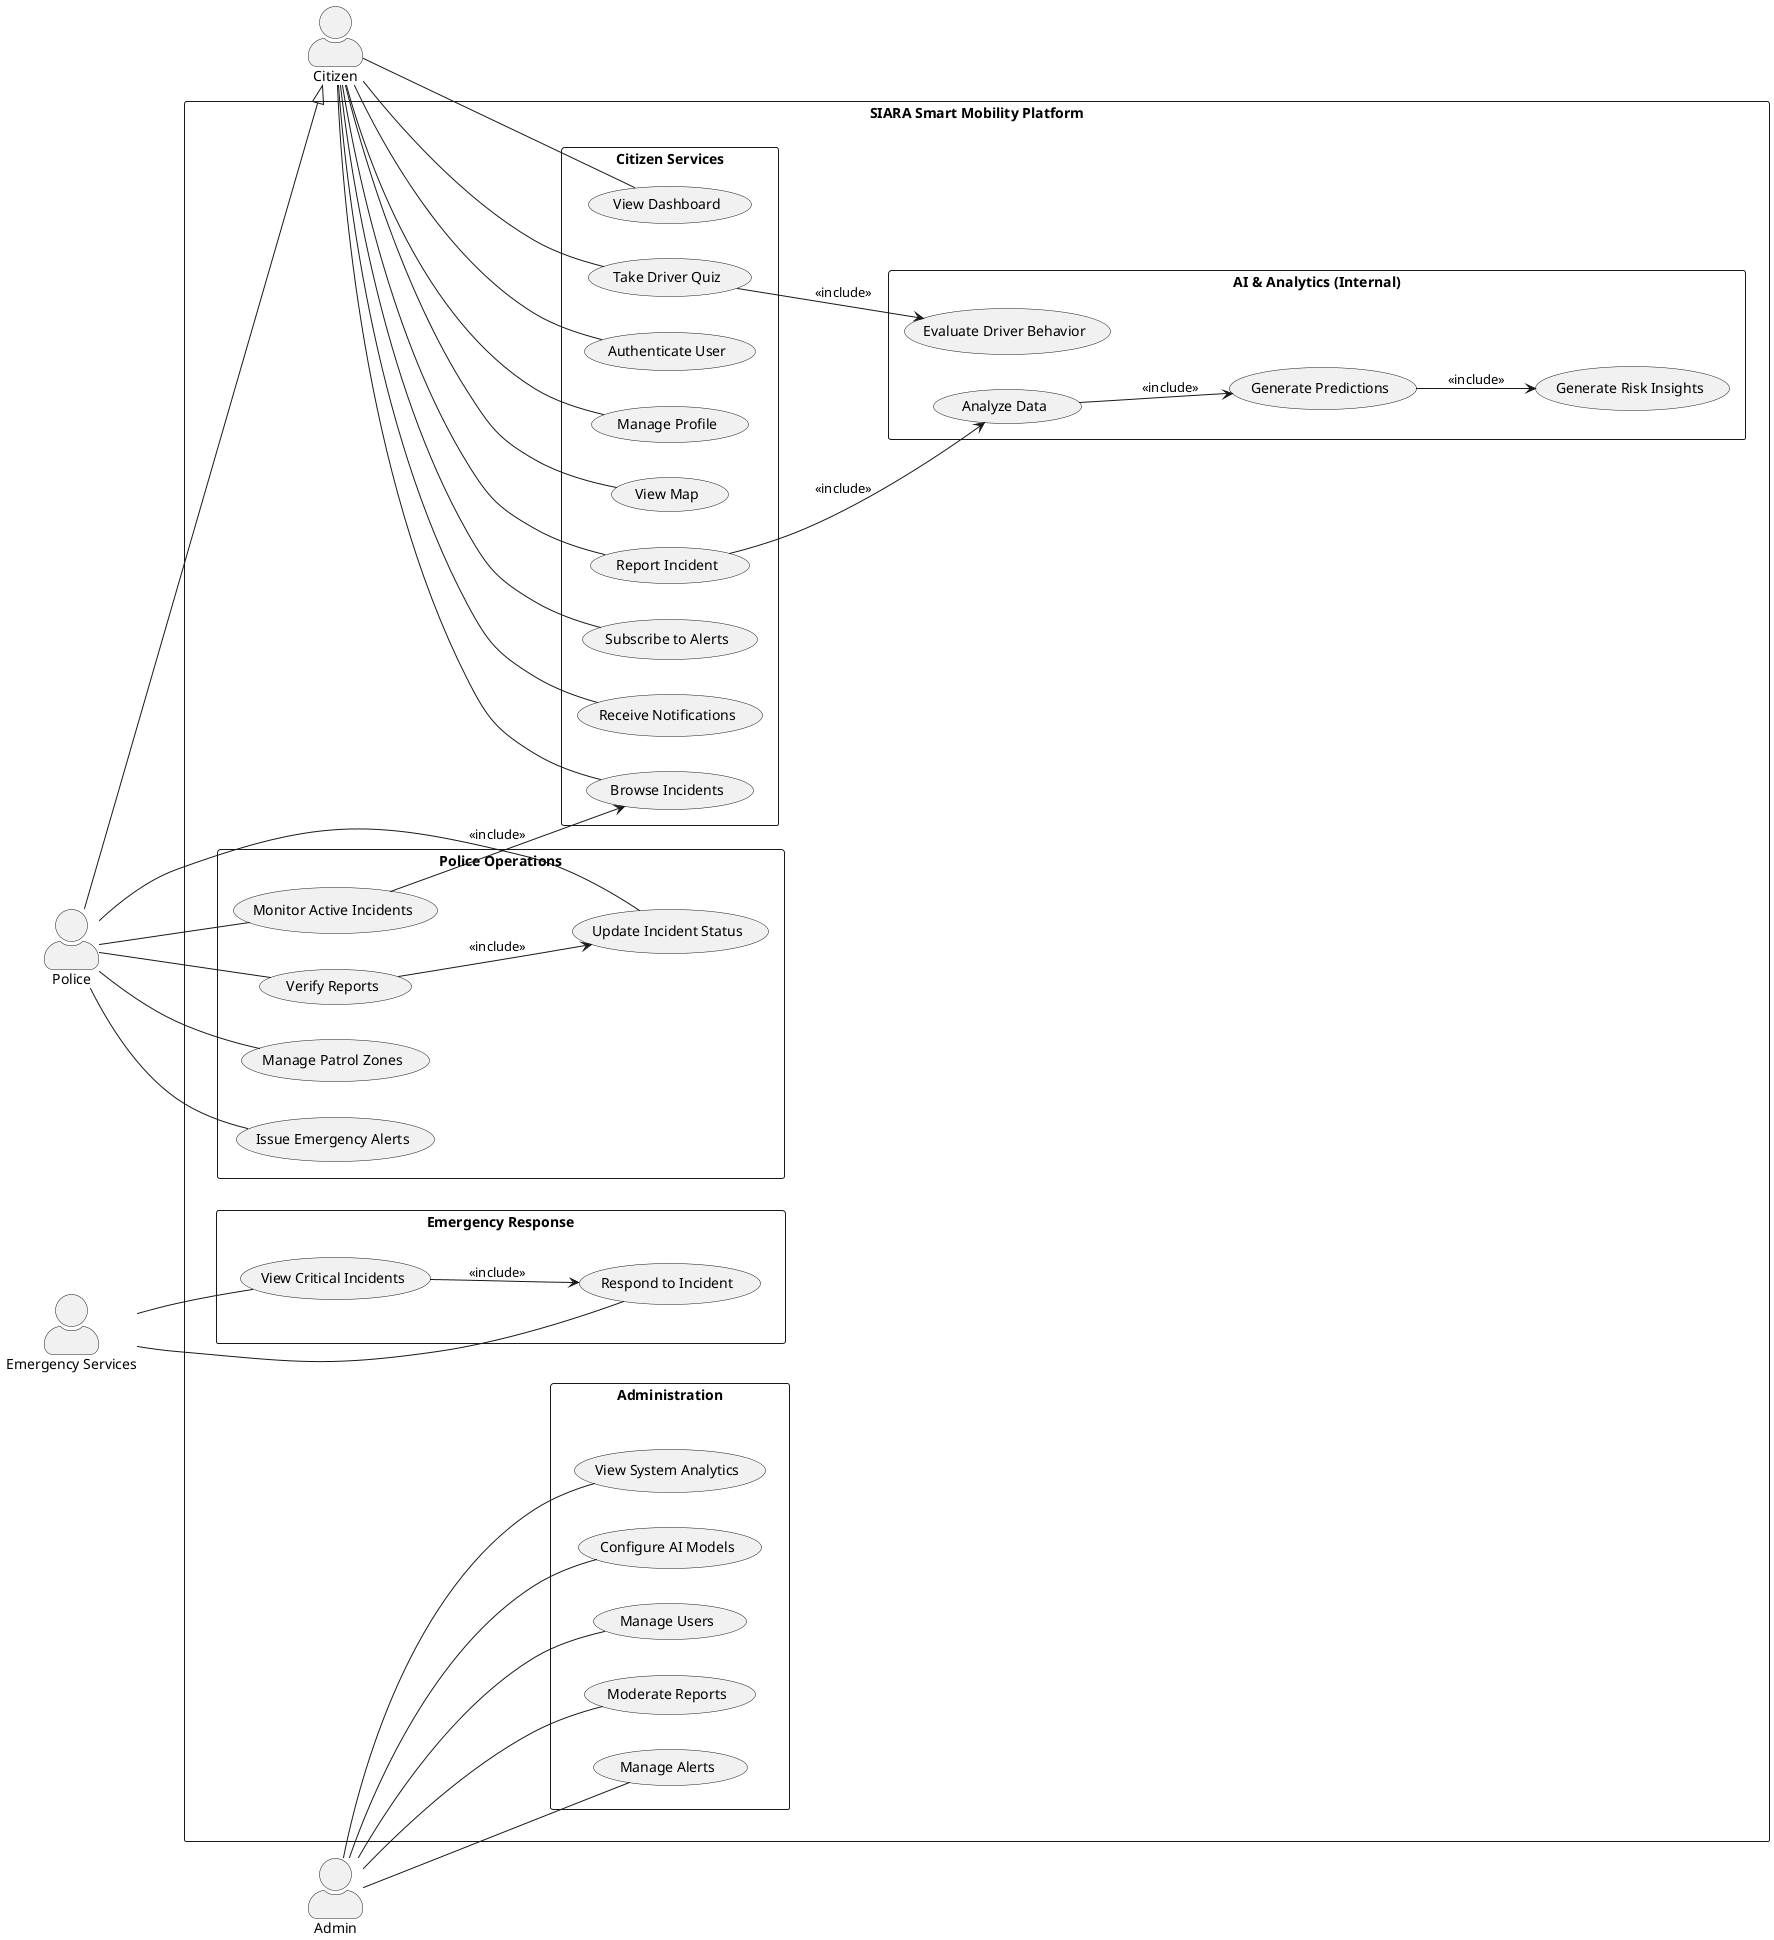
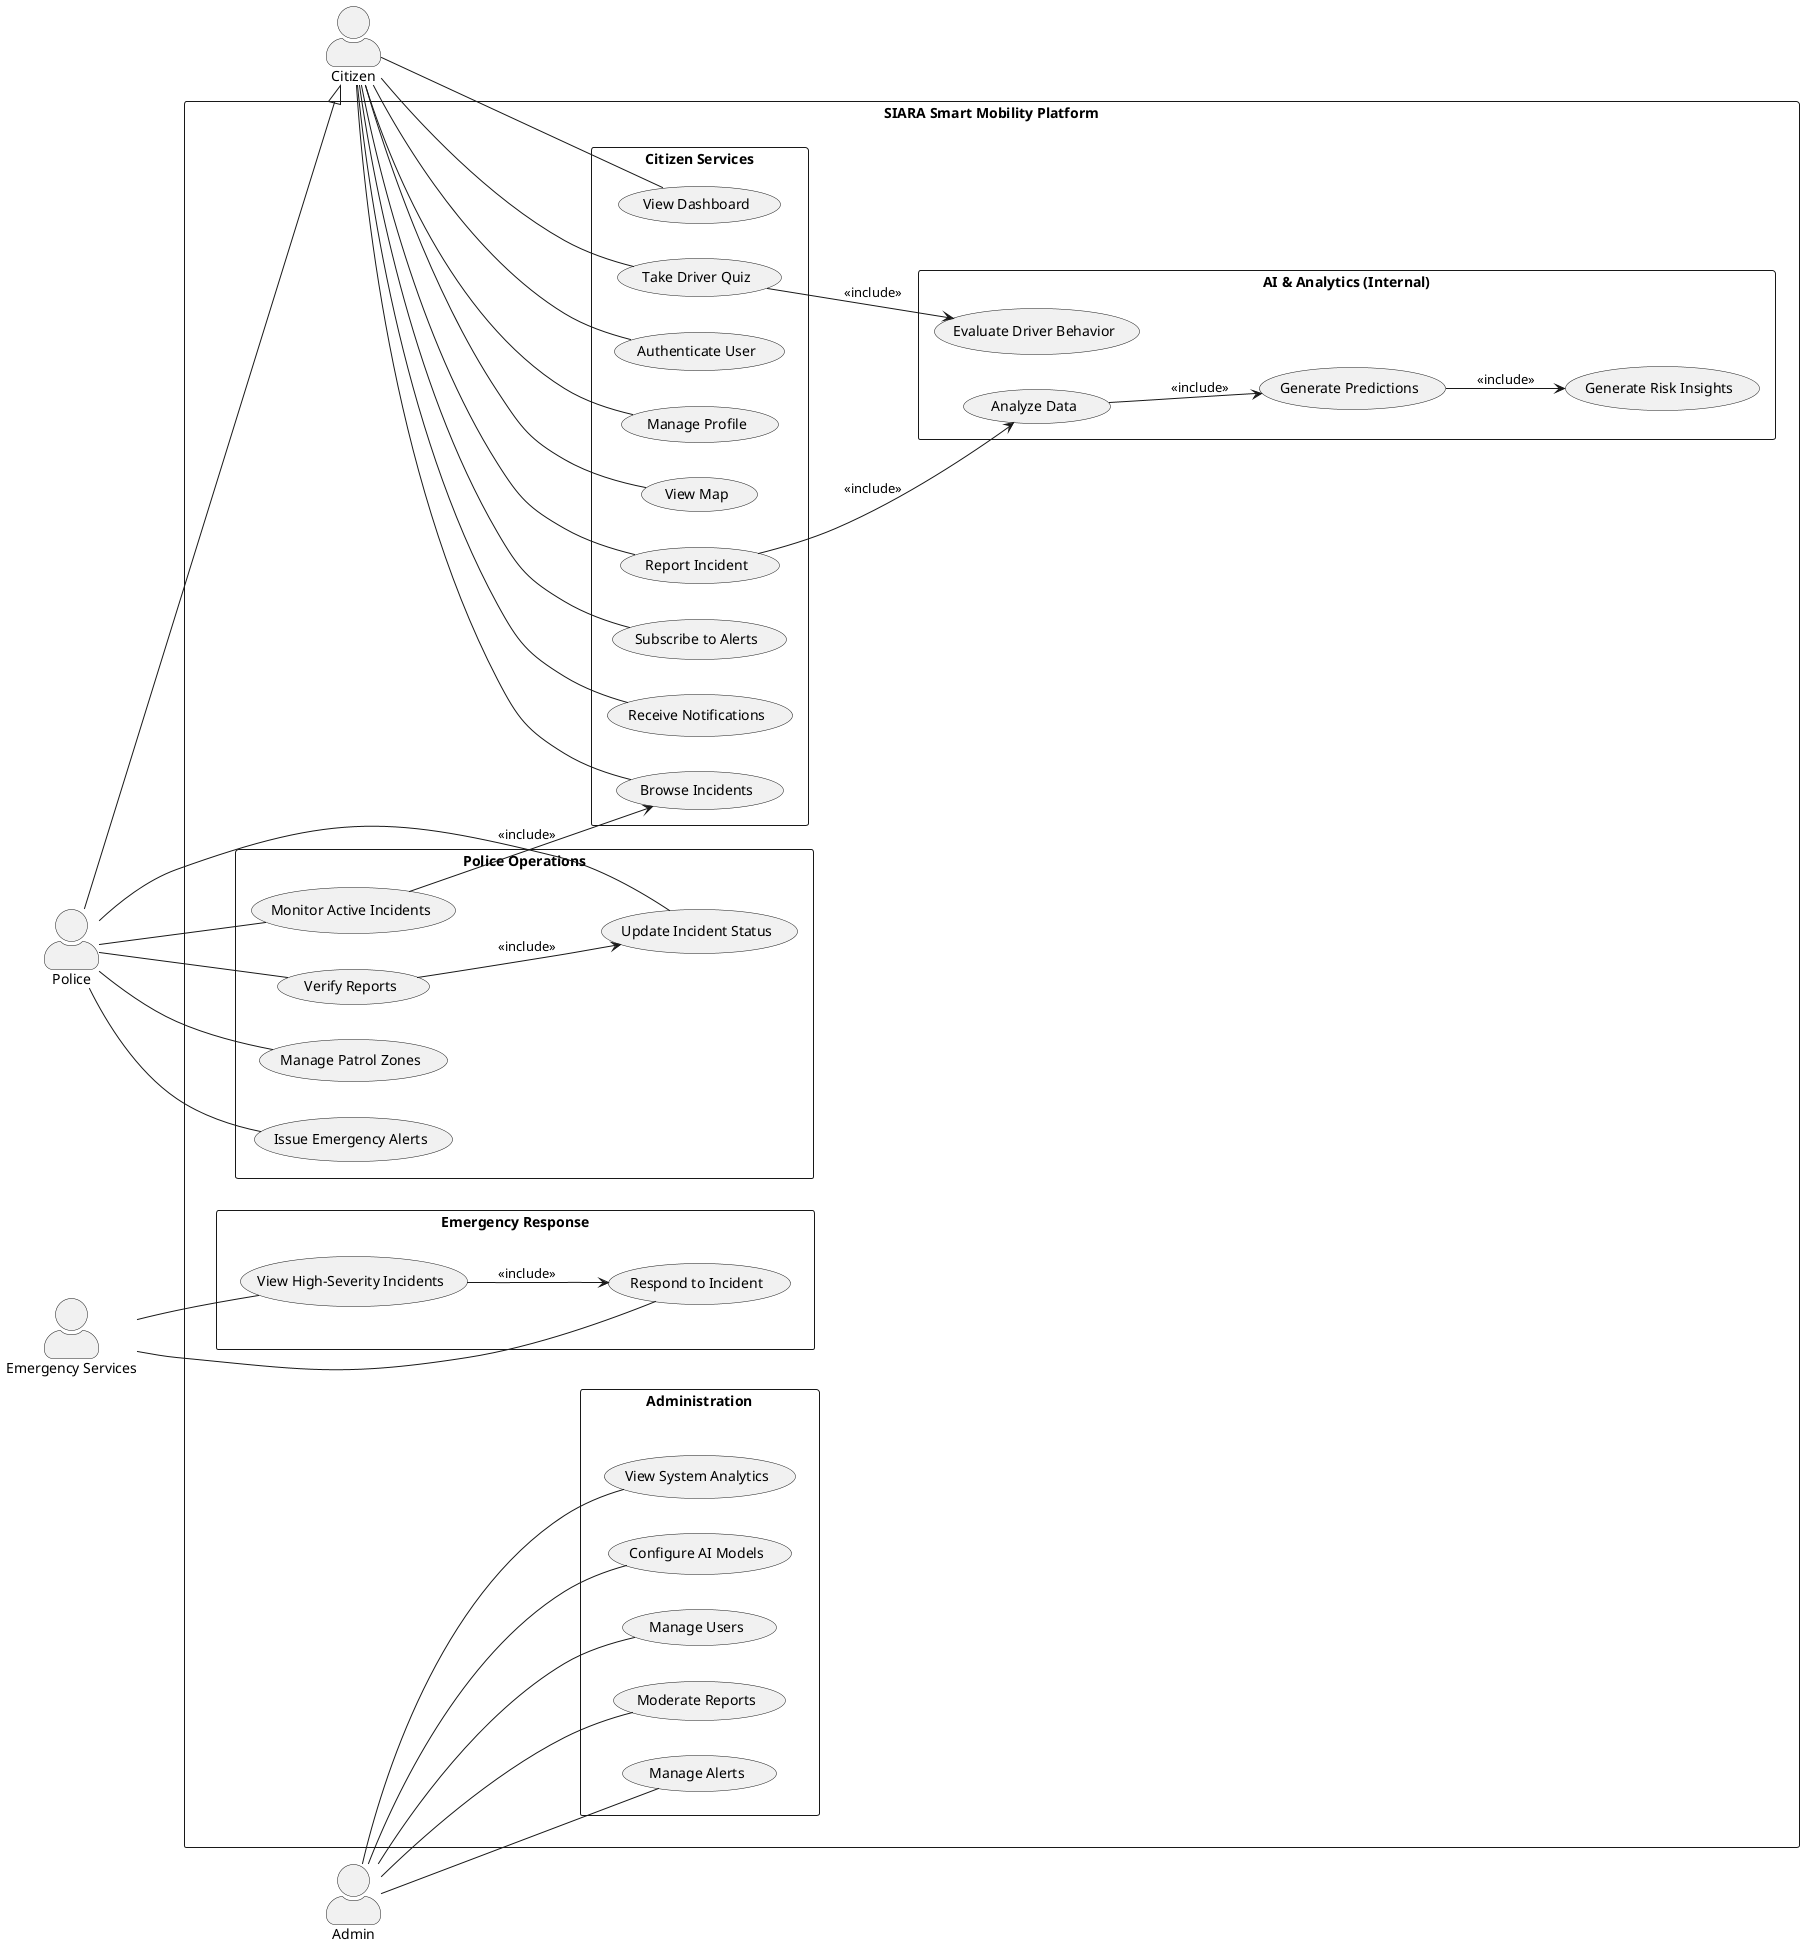
@startuml
left to right direction
skinparam packageStyle rectangle
skinparam actorStyle awesome

actor Citizen
actor Police
actor Admin
actor "Emergency Services" as Emergency

' ===== Actor Hierarchy =====
Police --|> Citizen

rectangle "SIARA Smart Mobility Platform" {

  package "Citizen Services" {

    (Authenticate User) as UC1
    (Manage Profile) as UC2

    (Browse Incidents) as UC4
    (View Map) as UC5
    (Report Incident) as UC3

    (Subscribe to Alerts) as UC6
    (Receive Notifications) as UC7

    (View Dashboard) as UC8
    (Take Driver Quiz) as UC9
  }

  package "Police Operations" {
    (Monitor Active Incidents) as UC10
    (Verify Reports) as UC11
    (Update Incident Status) as UC12
    (Manage Patrol Zones) as UC13
    (Issue Emergency Alerts) as UC14
  }

  package "Emergency Response" {
-     (View Critical Incidents) as UC15
+     (View High-Severity Incidents) as UC15
    (Respond to Incident) as UC16
  }

  package "Administration" {
    (Manage Users) as UC17
    (Moderate Reports) as UC18
    (Manage Alerts) as UC19
    (View System Analytics) as UC20
    (Configure AI Models) as UC21
  }

  package "AI & Analytics (Internal)" {
    (Analyze Data) as UC22
    (Generate Predictions) as UC23
    (Generate Risk Insights) as UC24
    (Evaluate Driver Behavior) as UC25
  }
}

' 🔥 FORCE ORDER (THIS FIXES YOUR ISSUE)
"Emergency Response" -[hidden]-> "Administration"

' ===== Actor Links =====
Citizen -- UC1
Citizen -- UC2
Citizen -- UC3
Citizen -- UC4
Citizen -- UC5
Citizen -- UC6
Citizen -- UC7
Citizen -- UC8
Citizen -- UC9

Police -- UC10
Police -- UC11
Police -- UC12
Police -- UC13
Police -- UC14

Admin -- UC17
Admin -- UC18
Admin -- UC19
Admin -- UC20
Admin -- UC21

Emergency -- UC15
Emergency -- UC16

' ===== Relationships =====
UC3 --> UC22 : <<include>>
UC22 --> UC23 : <<include>>
UC23 --> UC24 : <<include>>

UC9 --> UC25 : <<include>>

UC10 --> UC4 : <<include>>
UC11 --> UC12 : <<include>>
UC15 --> UC16 : <<include>>

@enduml